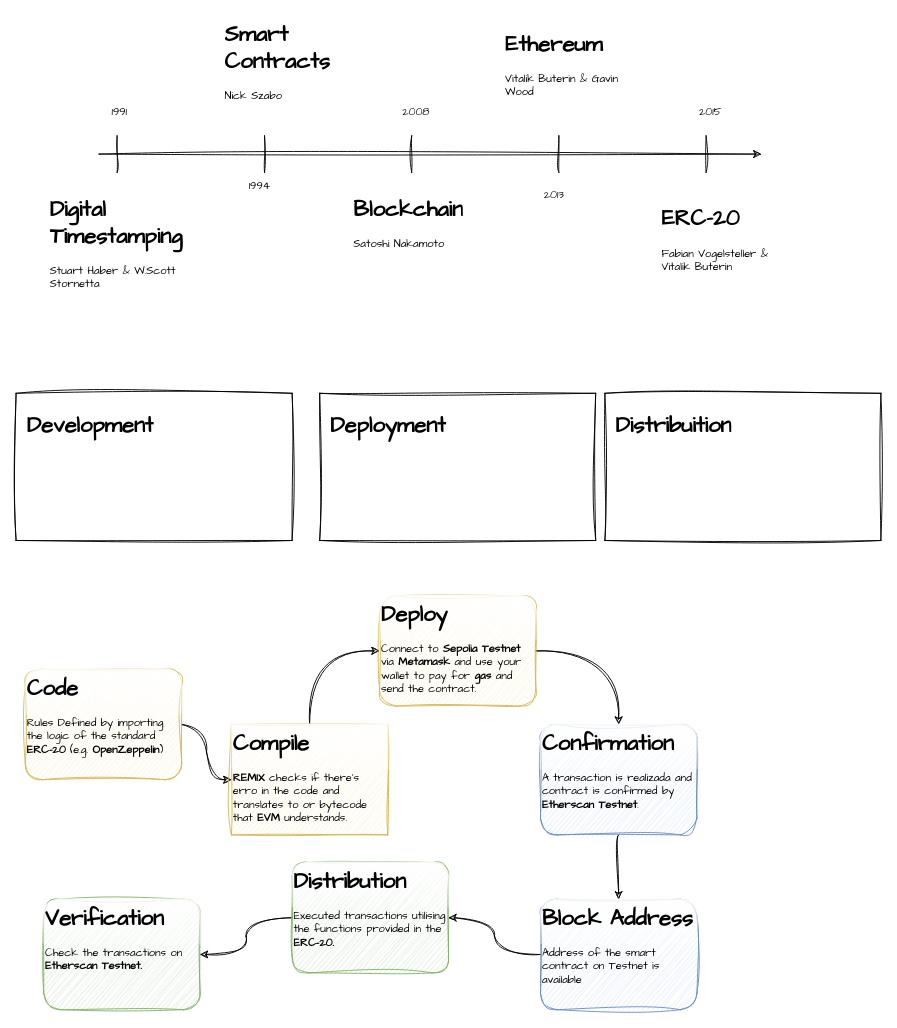
Earlier version of the draw.io diagram CA_BlockChain.drawio (sergio-oliveira-br/ca-blockchain-erc20-200tks). Source tidied: cells renumbered, new cells numbered last; positions are measured from the earlier drawing's top-left corner, leaving out a move shared by most shapes. Both pictures are drawn from the tidied source at 92%, with x=0, y=0 at pixel (16, 16). Pictures stored in the file or linked from it are replaced by grey dashed boxes.
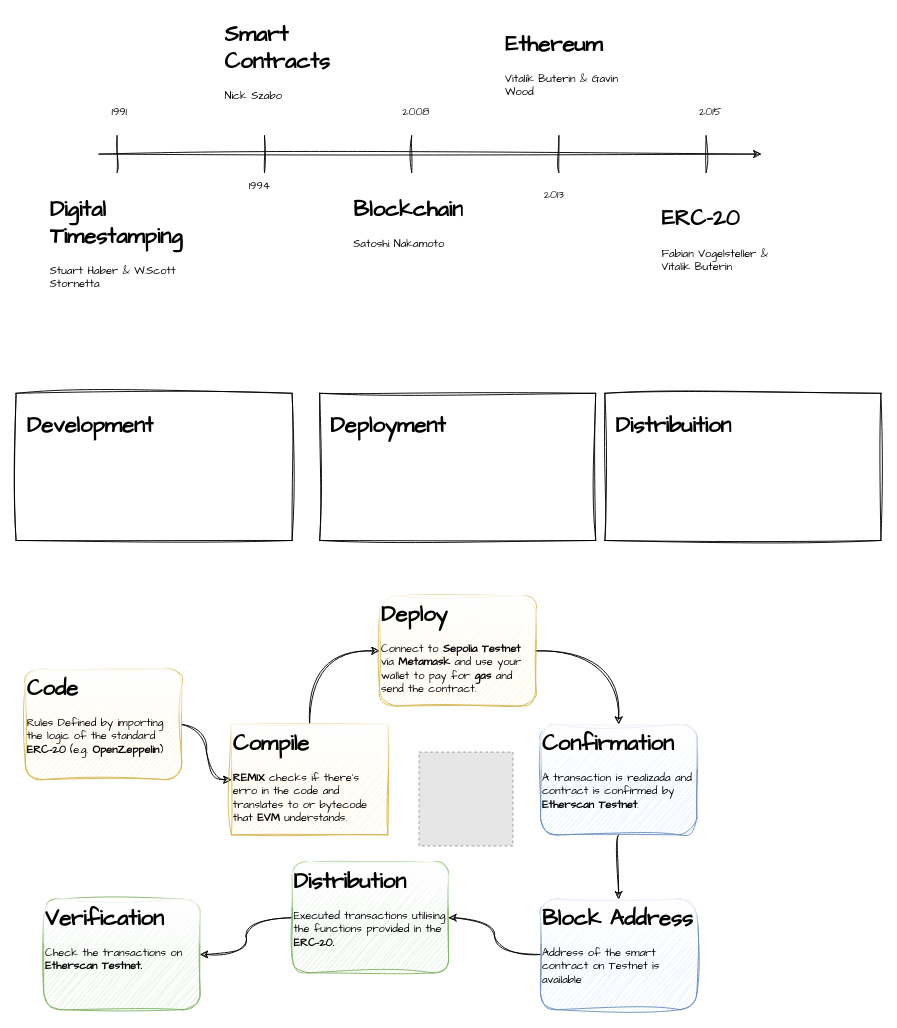
After the change.

Change to the diagram source:
```diff
@@
+    <mxCell id="37" style="fillColor=#E6E6E6;strokeColor=#999999;dashed=1;html=1;verticalAlign=top;verticalLabelPosition=bottom;labelBackgroundColor=#ffffff;" parent="1" vertex="1">
+      <mxGeometry x="438" y="800" width="102" height="102" as="geometry" />
+    </mxCell>
```
